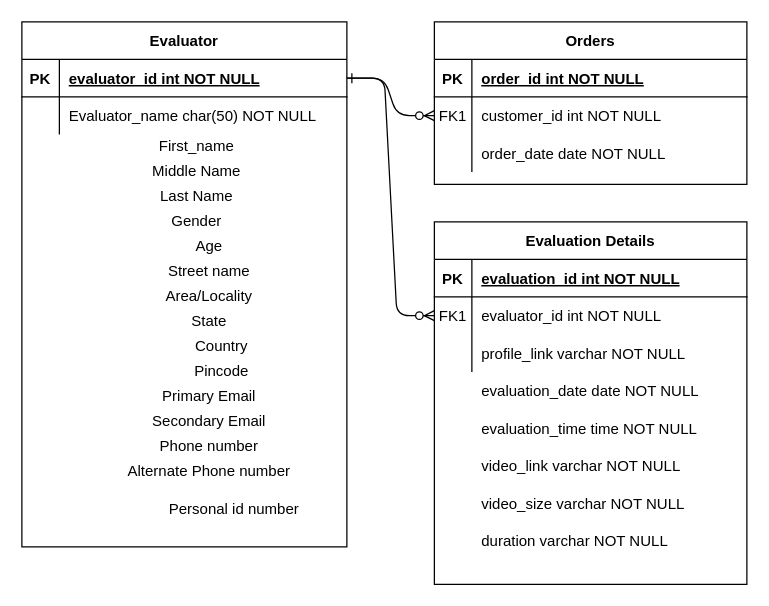
DowellLivingLab/115.GoogleTrends.Dowell keeps this draw.io diagram as Untitled Diagram.drawio. Above is the earlier version. Source tidied: cells renumbered, new cells numbered last; positions are measured from the earlier drawing's top-left corner, leaving out a move shared by most shapes. Both pictures are drawn from the tidied source at 125%, with x=0, y=0 at pixel (21, 21).
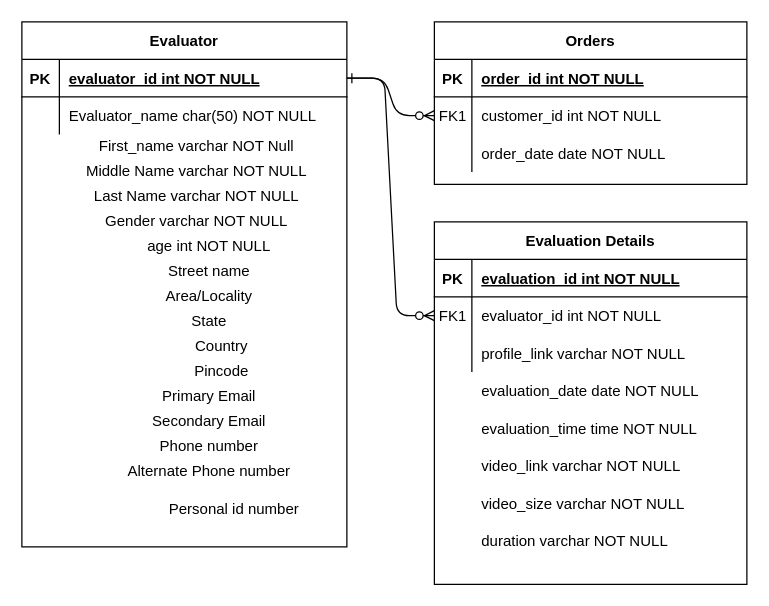
After the change.

Diff of the diagram source:
```diff
@@
-    <mxCell id="31" value="First_name" style="text;html=1;strokeColor=none;fillColor=none;align=center;verticalAlign=middle;whiteSpace=wrap;rounded=0;" parent="1" vertex="1">
+    <mxCell id="31" value="First_name varchar NOT Null" style="text;html=1;strokeColor=none;fillColor=none;align=center;verticalAlign=middle;whiteSpace=wrap;rounded=0;" parent="1" vertex="1">
       <mxGeometry x="40" y="90" width="200" height="20" as="geometry" />
     </mxCell>
@@
-    <mxCell id="33" value="Middle Name" style="text;html=1;strokeColor=none;fillColor=none;align=center;verticalAlign=middle;whiteSpace=wrap;rounded=0;" parent="1" vertex="1">
+    <mxCell id="33" value="Middle Name varchar NOT NULL" style="text;html=1;strokeColor=none;fillColor=none;align=center;verticalAlign=middle;whiteSpace=wrap;rounded=0;" parent="1" vertex="1">
       <mxGeometry x="40" y="110" width="200" height="20" as="geometry" />
     </mxCell>
@@
-    <mxCell id="35" value="Last Name" style="text;html=1;strokeColor=none;fillColor=none;align=center;verticalAlign=middle;whiteSpace=wrap;rounded=0;" parent="1" vertex="1">
+    <mxCell id="35" value="Last Name varchar NOT NULL" style="text;html=1;strokeColor=none;fillColor=none;align=center;verticalAlign=middle;whiteSpace=wrap;rounded=0;" parent="1" vertex="1">
       <mxGeometry x="40" y="130" width="200" height="20" as="geometry" />
     </mxCell>
@@
-    <mxCell id="37" value="Gender" style="text;html=1;strokeColor=none;fillColor=none;align=center;verticalAlign=middle;whiteSpace=wrap;rounded=0;" parent="1" vertex="1">
+    <mxCell id="37" value="Gender varchar NOT NULL" style="text;html=1;strokeColor=none;fillColor=none;align=center;verticalAlign=middle;whiteSpace=wrap;rounded=0;" parent="1" vertex="1">
       <mxGeometry x="40" y="150" width="200" height="20" as="geometry" />
     </mxCell>
@@
-    <mxCell id="39" value="Age" style="text;html=1;strokeColor=none;fillColor=none;align=center;verticalAlign=middle;whiteSpace=wrap;rounded=0;" parent="1" vertex="1">
+    <mxCell id="39" value="age int NOT NULL" style="text;html=1;strokeColor=none;fillColor=none;align=center;verticalAlign=middle;whiteSpace=wrap;rounded=0;" parent="1" vertex="1">
       <mxGeometry x="50" y="170" width="200" height="20" as="geometry" />
     </mxCell>
```
